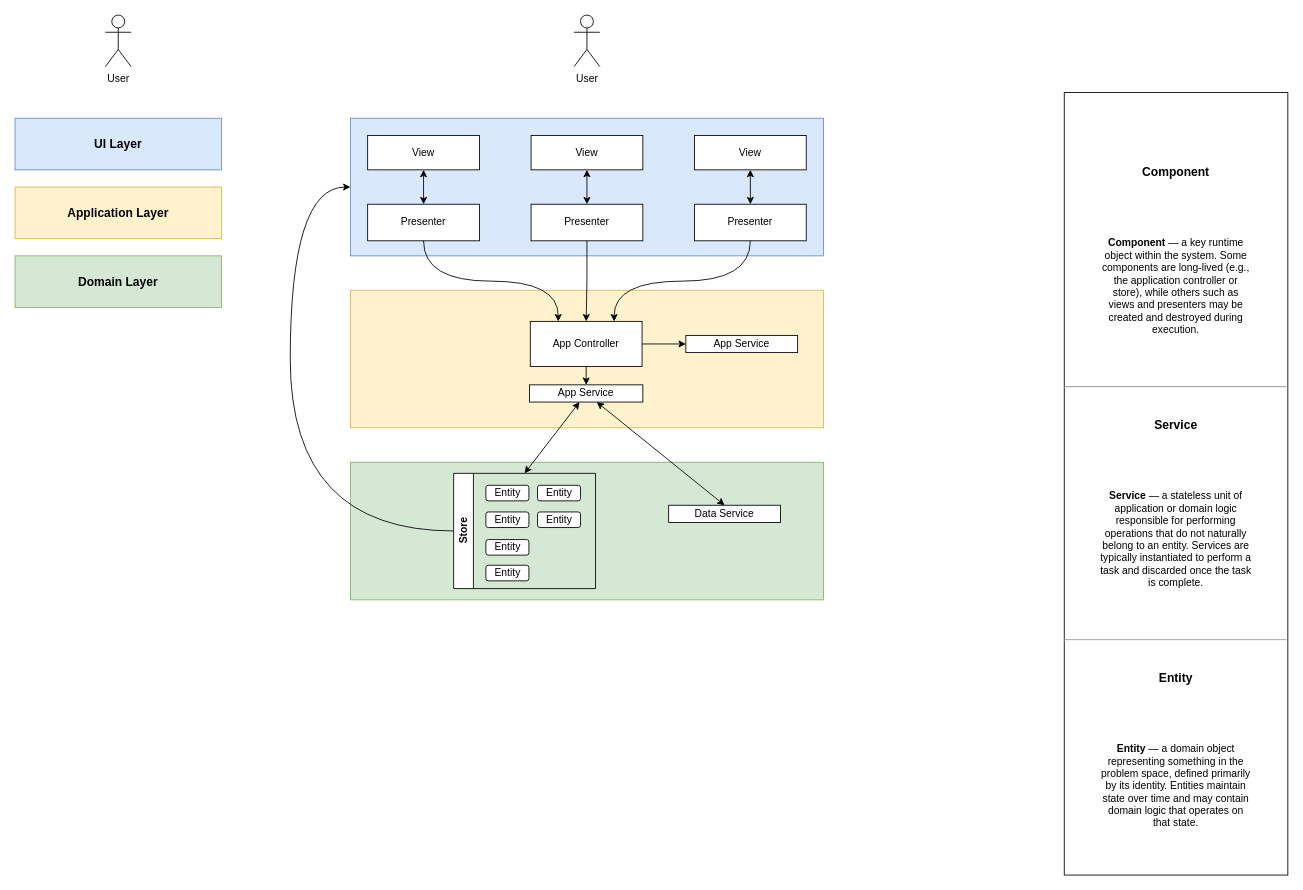
The draw.io diagram docs/architecture/diagrams.drawio in JoshMance/sediment-core-analysis, before the edit. Source tidied: cells renumbered, new cells numbered last; positions are measured from the earlier drawing's top-left corner, leaving out a move shared by most shapes. Both pictures are drawn from the tidied source at 86%, with x=0, y=0 at pixel (15, 15).
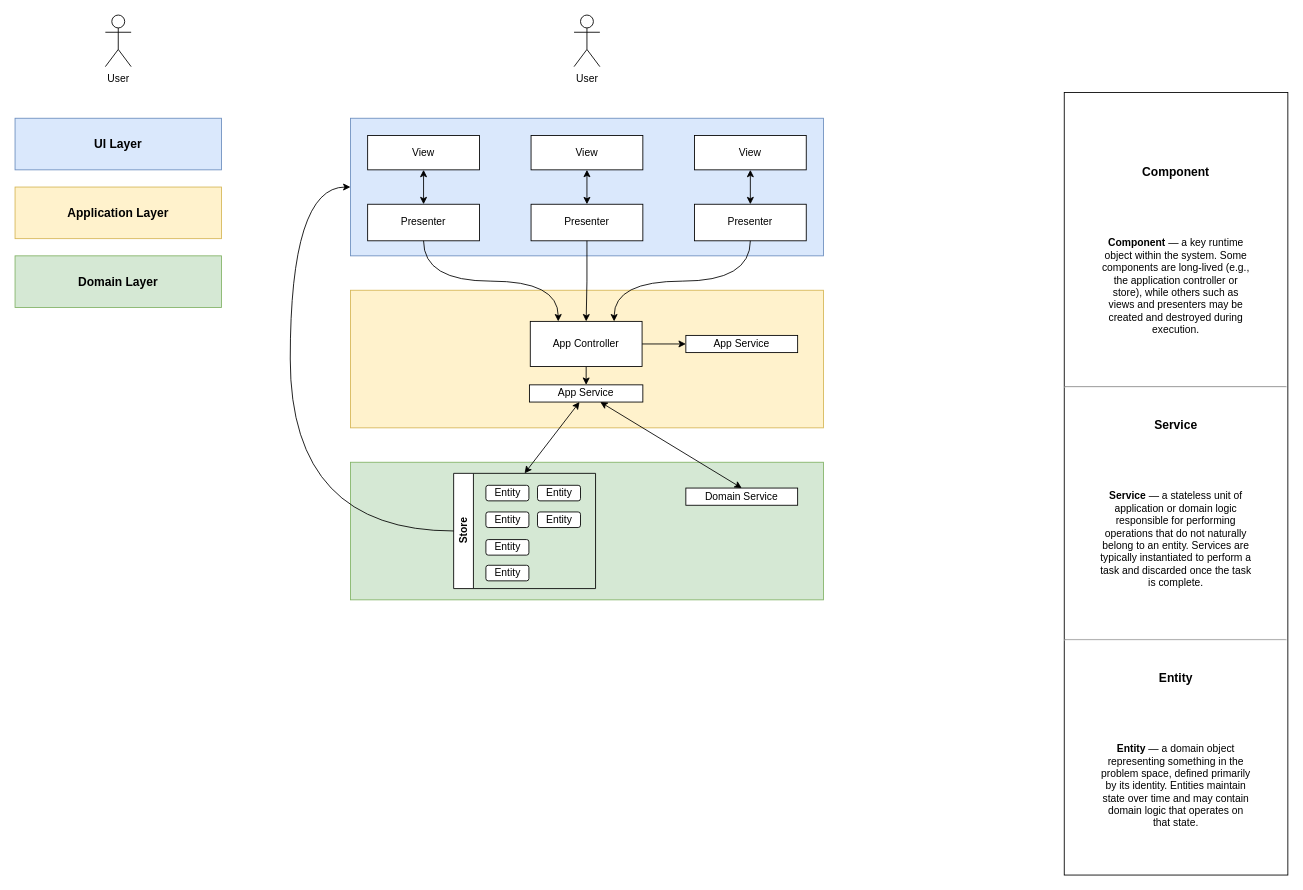
After the change.

The change refers to these unchanged cells:
```xml
<mxCell id="25" style="group;" parent="6" vertex="1">
  <mxGeometry y="400" width="550" height="176.2" as="geometry" />
</mxCell>
```

The edit, as a diff of the source:
```diff
@@
-    <mxCell id="34" value="Data Service" style="rounded=0;whiteSpace=wrap;html=1;" parent="25" vertex="1">
-      <mxGeometry x="370" y="50" width="130" height="20" as="geometry" />
+    <mxCell id="34" value="Domain Service" style="rounded=0;whiteSpace=wrap;html=1;" parent="25" vertex="1">
+      <mxGeometry x="390" y="30" width="130" height="20" as="geometry" />
     </mxCell>
```
